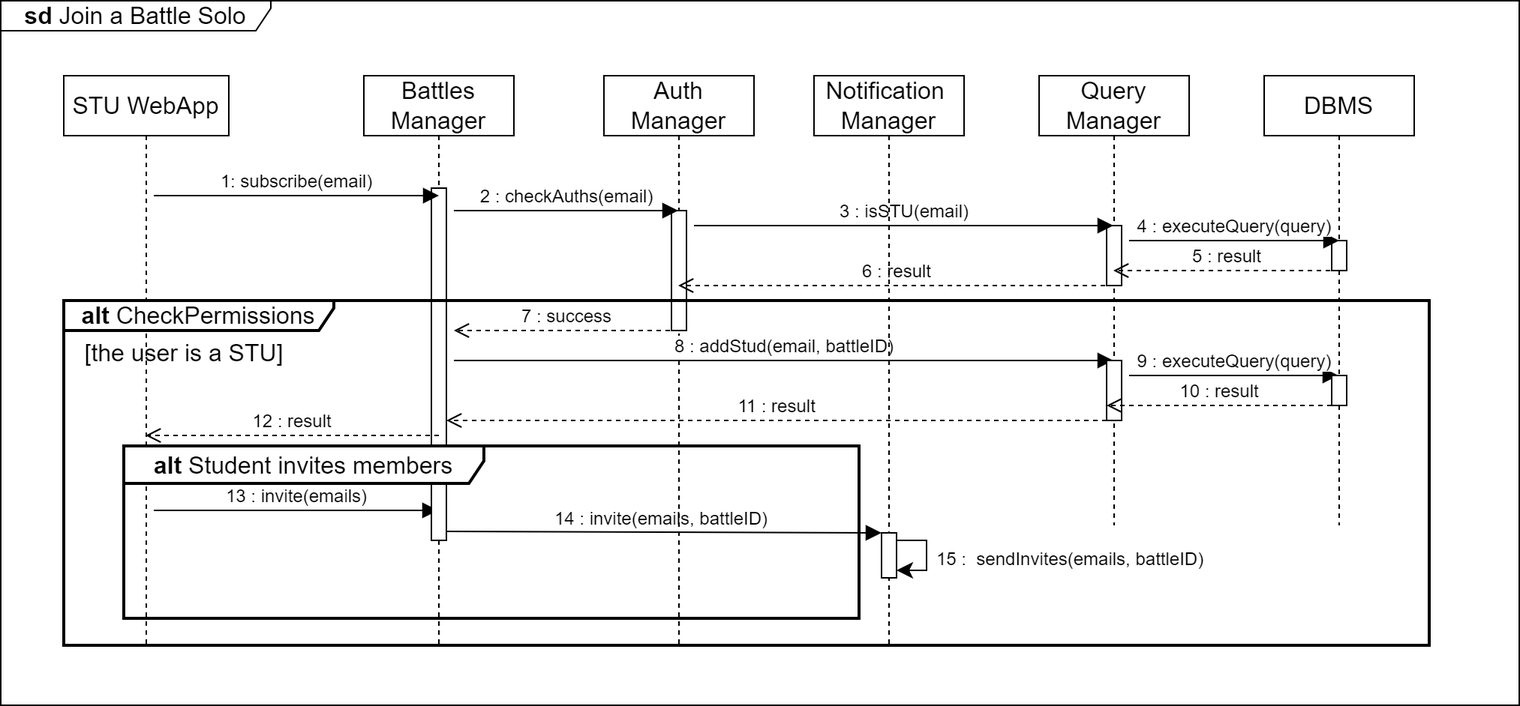
Before: DD/images/runtimeviews/RuntimeView_JoinBattleSolo.png, a diagram exported from draw.io (pontig/sw-eng-2-PasiniPontiggiaStasi). Source tidied: cells renumbered, new cells last; positions are measured from the earlier drawing's top-left corner, leaving out a move shared by most shapes.
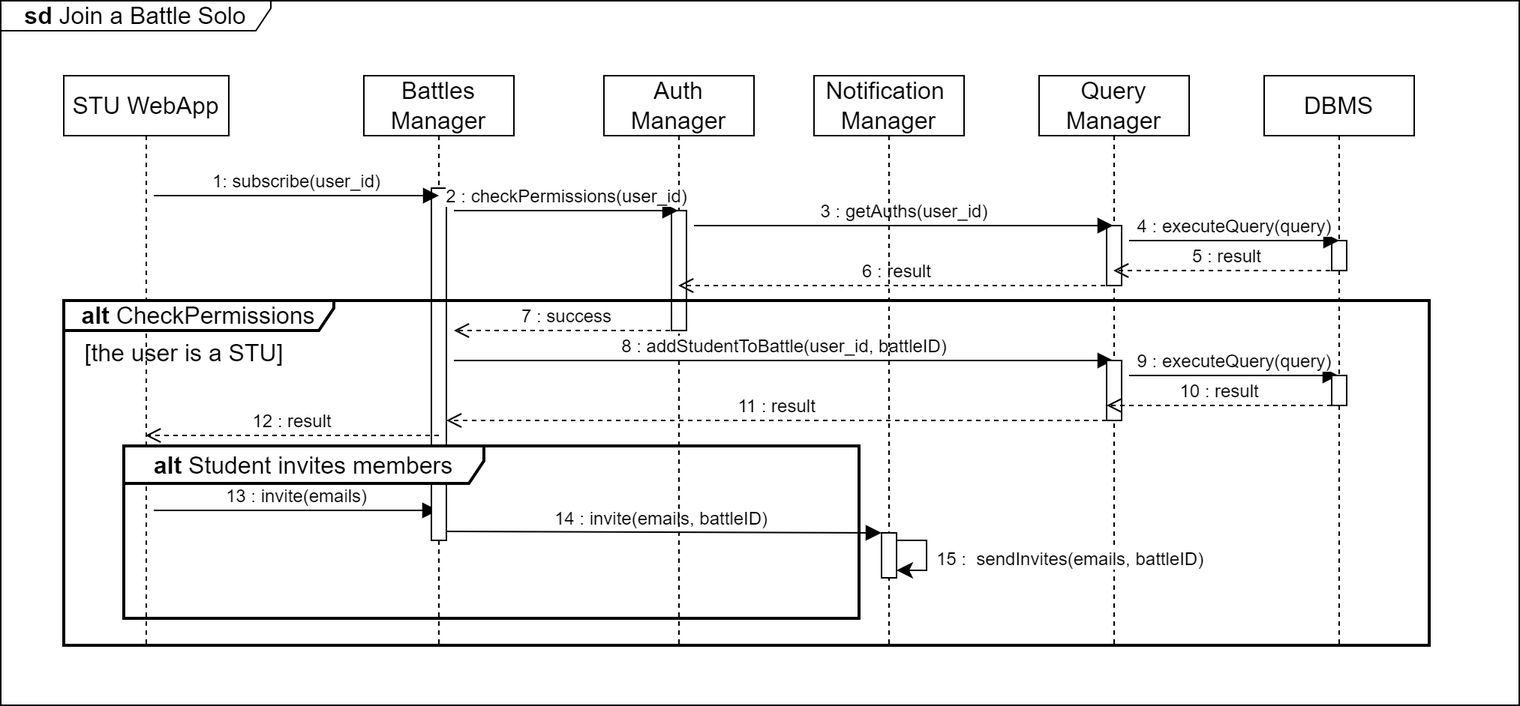
The same diagram one commit later.

Diff of the diagram source:
```diff
@@ -3,13 +3,13 @@
     <mxCell id="0" />
     <mxCell id="1" parent="0" />
     <mxCell id="2" value="Query Manager" style="shape=umlLifeline;perimeter=lifelinePerimeter;whiteSpace=wrap;html=1;outlineConnect=0;portConstraint=eastwest;newEdgeStyle={&quot;curved&quot;:0,&quot;rounded&quot;:0};fontSize=16;" parent="1" vertex="1">
-      <mxGeometry x="692" y="50" width="100" height="300" as="geometry" />
+      <mxGeometry x="692" y="50" width="100" height="380" as="geometry" />
     </mxCell>
     <mxCell id="3" style="html=1;perimeter=orthogonalPerimeter;targetShapes=umlLifeline;newEdgeStyle={&quot;curved&quot;:0,&quot;rounded&quot;:0};fontSize=16;" parent="2" vertex="1">
       <mxGeometry x="45" y="100" width="10" height="40" as="geometry" />
     </mxCell>
     <mxCell id="4" value="DBMS" style="shape=umlLifeline;perimeter=lifelinePerimeter;whiteSpace=wrap;html=1;outlineConnect=0;portConstraint=eastwest;newEdgeStyle={&quot;curved&quot;:0,&quot;rounded&quot;:0};fontSize=16;" parent="1" vertex="1">
-      <mxGeometry x="842" y="50" width="100" height="300" as="geometry" />
+      <mxGeometry x="842" y="50" width="100" height="380" as="geometry" />
     </mxCell>
     <mxCell id="5" style="html=1;perimeter=orthogonalPerimeter;targetShapes=umlLifeline;newEdgeStyle={&quot;curved&quot;:0,&quot;rounded&quot;:0};fontSize=16;" parent="4" vertex="1">
       <mxGeometry x="45" y="110" width="10" height="20" as="geometry" />
@@ -51,7 +51,7 @@
     <mxCell id="14" style="html=1;points=[[0,0,0,0,5],[0,1,0,0,-5],[1,0,0,0,5],[1,1,0,0,-5]];perimeter=orthogonalPerimeter;outlineConnect=0;targetShapes=umlLifeline;portConstraint=eastwest;newEdgeStyle={&quot;curved&quot;:0,&quot;rounded&quot;:0};fontSize=16;" parent="13" vertex="1">
       <mxGeometry x="45" y="75" width="10" height="235" as="geometry" />
     </mxCell>
-    <mxCell id="15" value="1: subscribe(email)" style="html=1;verticalAlign=bottom;endArrow=block;curved=0;rounded=0;fontSize=12;startSize=8;endSize=8;" parent="1" edge="1">
+    <mxCell id="15" value="1: subscribe(user_id)" style="html=1;verticalAlign=bottom;endArrow=block;curved=0;rounded=0;fontSize=12;startSize=8;endSize=8;" parent="1" edge="1">
       <mxGeometry relative="1" as="geometry">
         <mxPoint x="102" y="130" as="sourcePoint" />
         <mxPoint x="292" y="130" as="targetPoint" />
@@ -63,12 +63,12 @@
     <mxCell id="17" style="html=1;perimeter=orthogonalPerimeter;targetShapes=umlLifeline;newEdgeStyle={&quot;curved&quot;:0,&quot;rounded&quot;:0};fontSize=16;" parent="16" vertex="1">
       <mxGeometry x="45" y="90" width="10" height="80" as="geometry" />
     </mxCell>
-    <mxCell id="18" value="2 : checkAuths(email)" style="html=1;verticalAlign=bottom;endArrow=block;curved=0;rounded=0;fontSize=12;startSize=8;endSize=8;" parent="1" edge="1" target="16">
+    <mxCell id="18" value="2 : checkPermissions(user_id)" style="html=1;verticalAlign=bottom;endArrow=block;curved=0;rounded=0;fontSize=12;startSize=8;endSize=8;" parent="1" edge="1" target="16">
       <mxGeometry relative="1" as="geometry">
         <mxPoint x="302" y="140" as="sourcePoint" />
       </mxGeometry>
     </mxCell>
-    <mxCell id="19" value="3 : isSTU(email)" style="html=1;verticalAlign=bottom;endArrow=block;curved=0;rounded=0;fontSize=12;startSize=8;endSize=8;" parent="1" edge="1" target="2">
+    <mxCell id="19" value="3 : getAuths(user_id)" style="html=1;verticalAlign=bottom;endArrow=block;curved=0;rounded=0;fontSize=12;startSize=8;endSize=8;" parent="1" edge="1" target="2">
       <mxGeometry relative="1" as="geometry">
         <mxPoint x="462" y="150" as="sourcePoint" />
       </mxGeometry>
@@ -84,7 +84,7 @@
     <mxCell id="22" value="[the user is a STU]" style="text;html=1;align=center;verticalAlign=middle;strokeColor=none;fillColor=none;fontSize=16;" parent="1" vertex="1">
       <mxGeometry x="42" y="220" width="160" height="30" as="geometry" />
     </mxCell>
-    <mxCell id="23" value="8 : addStud(email, battleID)" style="html=1;verticalAlign=bottom;endArrow=block;curved=0;rounded=0;fontSize=12;startSize=8;endSize=8;" parent="1" edge="1" target="2">
+    <mxCell id="23" value="8 : addStudentToBattle(user_id, battleID)" style="html=1;verticalAlign=bottom;endArrow=block;curved=0;rounded=0;fontSize=12;startSize=8;endSize=8;" parent="1" edge="1" target="2">
       <mxGeometry relative="1" as="geometry">
         <mxPoint x="302" y="240" as="sourcePoint" />
       </mxGeometry>
```
